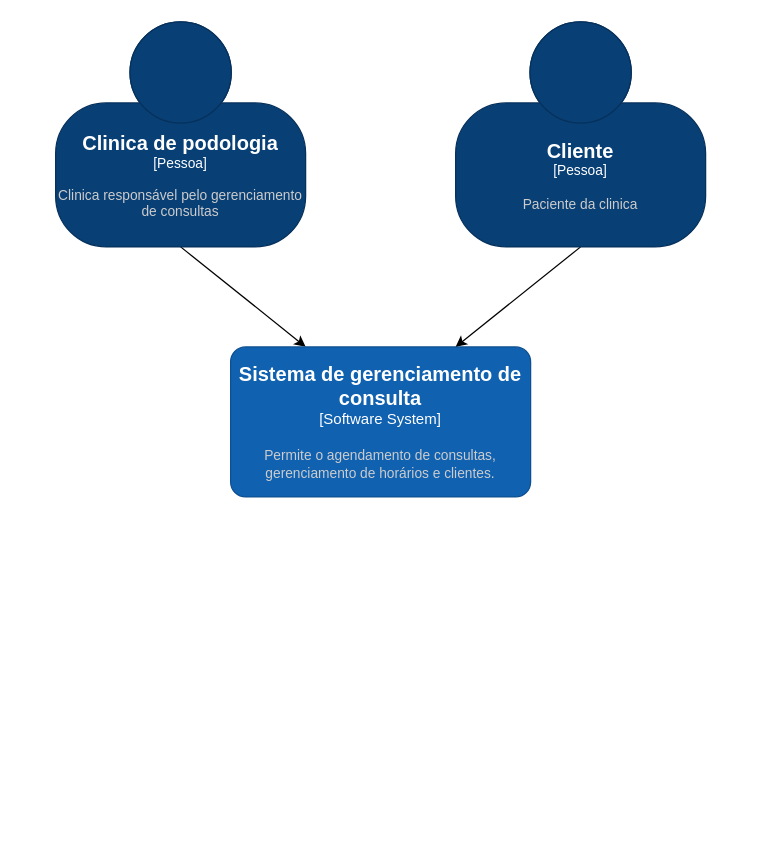
JayanaCecilia/ArqAvanc keeps this draw.io diagram as Aula1-Contexto.drawio. Above is the earlier version. Source tidied: cells renumbered, new cells numbered last; positions are measured from the earlier drawing's top-left corner, leaving out a move shared by most shapes. Both pictures are drawn from the tidied source at 125%, with x=0, y=0 at pixel (55, 21).
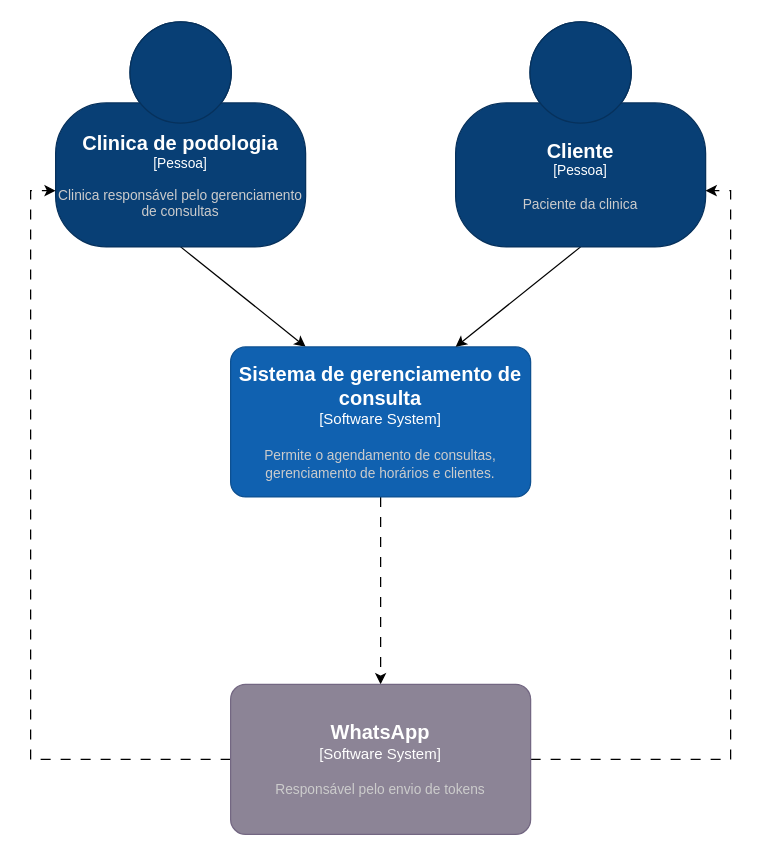
Above is the later version.

What changed in the source:
```diff
@@
 <mxGraphModel>
   <root>
     <mxCell id="0" />
     <mxCell id="1" parent="0" />
     <mxCell id="2" style="rounded=0;jettySize=auto;html=1;entryX=0.25;entryY=0;entryDx=0;entryDy=0;entryPerimeter=0;exitX=0.5;exitY=1;exitDx=0;exitDy=0;exitPerimeter=0;" parent="1" edge="1" source="3" target="4">
       <mxGeometry relative="1" as="geometry" />
     </mxCell>
     <object id="3" label="&lt;font style=&quot;font-size: 16px&quot;&gt;&lt;b&gt;%c4Name%&lt;/b&gt;&lt;/font&gt;&lt;div&gt;[%c4Type%]&lt;/div&gt;&lt;br&gt;&lt;div&gt;&lt;font style=&quot;font-size: 11px&quot;&gt;&lt;font color=&quot;#cccccc&quot;&gt;%c4Description%&lt;/font&gt;&lt;/div&gt;" c4Description="Clinica responsável pelo gerenciamento de consultas" c4Name="Clinica de podologia" c4Type="Pessoa" placeholders="1">
       <mxCell style="html=1;fontSize=11;dashed=0;whiteSpace=wrap;fillColor=#083F75;strokeColor=#06315C;fontColor=#ffffff;shape=mxgraph.c4.person2;align=center;points=[[0.5,0,0],[1,0.5,0],[1,0.75,0],[0.75,1,0],[0.5,1,0],[0.25,1,0],[0,0.75,0],[0,0.5,0]];" parent="1" vertex="1">
         <mxGeometry width="200" height="180" as="geometry" />
       </mxCell>
     </object>
+    <mxCell id="7" style="edgeStyle=orthogonalEdgeStyle;rounded=0;jettySize=auto;html=1;exitX=0.5;exitY=1;exitDx=0;exitDy=0;exitPerimeter=0;entryX=0.5;entryY=0;entryDx=0;entryDy=0;entryPerimeter=0;dashed=1;dashPattern=8 8;" parent="1" edge="1" source="4" target="10">
+      <mxGeometry relative="1" as="geometry" />
+    </mxCell>
     <object id="4" label="&lt;font style=&quot;font-size: 16px&quot;&gt;&lt;b&gt;%c4Name%&lt;/b&gt;&lt;/font&gt;&lt;div&gt;[%c4Type%]&lt;/div&gt;&lt;br&gt;&lt;div&gt;&lt;font style=&quot;font-size: 11px&quot;&gt;&lt;font color=&quot;#cccccc&quot;&gt;%c4Description%&lt;/font&gt;&lt;/div&gt;" c4Description="Permite o agendamento de consultas, gerenciamento de horários e clientes." c4Name="Sistema de gerenciamento de consulta" c4Type="Software System" placeholders="1">
       <mxCell style="rounded=1;whiteSpace=wrap;html=1;labelBackgroundColor=none;fillColor=#1061B0;fontColor=#ffffff;align=center;arcSize=10;strokeColor=#0D5091;points=[[0.25,0,0],[0.5,0,0],[0.75,0,0],[1,0.25,0],[1,0.5,0],[1,0.75,0],[0.75,1,0],[0.5,1,0],[0.25,1,0],[0,0.75,0],[0,0.5,0],[0,0.25,0]];" parent="1" vertex="1">
         <mxGeometry x="140" y="260" width="240" height="120" as="geometry" />
       </mxCell>
     </object>
     <mxCell id="5" style="rounded=0;jettySize=auto;html=1;exitX=0.5;exitY=1;exitDx=0;exitDy=0;exitPerimeter=0;entryX=0.75;entryY=0;entryDx=0;entryDy=0;entryPerimeter=0;" parent="1" edge="1" source="6" target="4">
       <mxGeometry relative="1" as="geometry" />
     </mxCell>
     <object id="6" label="&lt;font style=&quot;font-size: 16px&quot;&gt;&lt;b&gt;%c4Name%&lt;/b&gt;&lt;/font&gt;&lt;div&gt;[%c4Type%]&lt;/div&gt;&lt;br&gt;&lt;div&gt;&lt;font style=&quot;font-size: 11px&quot;&gt;&lt;font color=&quot;#cccccc&quot;&gt;%c4Description%&lt;/font&gt;&lt;/div&gt;" c4Description="Paciente da clinica" c4Name="Cliente" c4Type="Pessoa" placeholders="1">
       <mxCell style="html=1;fontSize=11;dashed=0;whiteSpace=wrap;fillColor=#083F75;strokeColor=#06315C;fontColor=#ffffff;shape=mxgraph.c4.person2;align=center;points=[[0.5,0,0],[1,0.5,0],[1,0.75,0],[0.75,1,0],[0.5,1,0],[0.25,1,0],[0,0.75,0],[0,0.5,0]];" parent="1" vertex="1">
         <mxGeometry x="320" width="200" height="180" as="geometry" />
       </mxCell>
     </object>
+    <mxCell id="8" style="edgeStyle=orthogonalEdgeStyle;rounded=0;jettySize=auto;html=1;exitX=1;exitY=0.5;exitDx=0;exitDy=0;exitPerimeter=0;entryX=1;entryY=0.75;entryDx=0;entryDy=0;entryPerimeter=0;dashed=1;dashPattern=8 8;" parent="1" edge="1" source="10" target="6">
+      <mxGeometry relative="1" as="geometry" />
+    </mxCell>
+    <mxCell id="9" style="edgeStyle=orthogonalEdgeStyle;rounded=0;jettySize=auto;html=1;exitX=0;exitY=0.5;exitDx=0;exitDy=0;exitPerimeter=0;entryX=0;entryY=0.75;entryDx=0;entryDy=0;entryPerimeter=0;dashed=1;dashPattern=8 8;" parent="1" edge="1" source="10" target="3">
+      <mxGeometry relative="1" as="geometry" />
+    </mxCell>
+    <object id="10" label="&lt;font style=&quot;font-size: 16px&quot;&gt;&lt;b&gt;%c4Name%&lt;/b&gt;&lt;/font&gt;&lt;div&gt;[%c4Type%]&lt;/div&gt;&lt;br&gt;&lt;div&gt;&lt;font style=&quot;font-size: 11px&quot;&gt;&lt;font color=&quot;#cccccc&quot;&gt;%c4Description%&lt;/font&gt;&lt;/div&gt;" c4Description="Responsável pelo envio de tokens" c4Name="WhatsApp" c4Type="Software System" placeholders="1">
+      <mxCell style="rounded=1;whiteSpace=wrap;html=1;labelBackgroundColor=none;fillColor=#8C8496;fontColor=#ffffff;align=center;arcSize=10;strokeColor=#736782;points=[[0.25,0,0],[0.5,0,0],[0.75,0,0],[1,0.25,0],[1,0.5,0],[1,0.75,0],[0.75,1,0],[0.5,1,0],[0.25,1,0],[0,0.75,0],[0,0.5,0],[0,0.25,0]];" parent="1" vertex="1">
+        <mxGeometry x="140" y="530" width="240" height="120" as="geometry" />
+      </mxCell>
+    </object>
   </root>
 </mxGraphModel>
```
